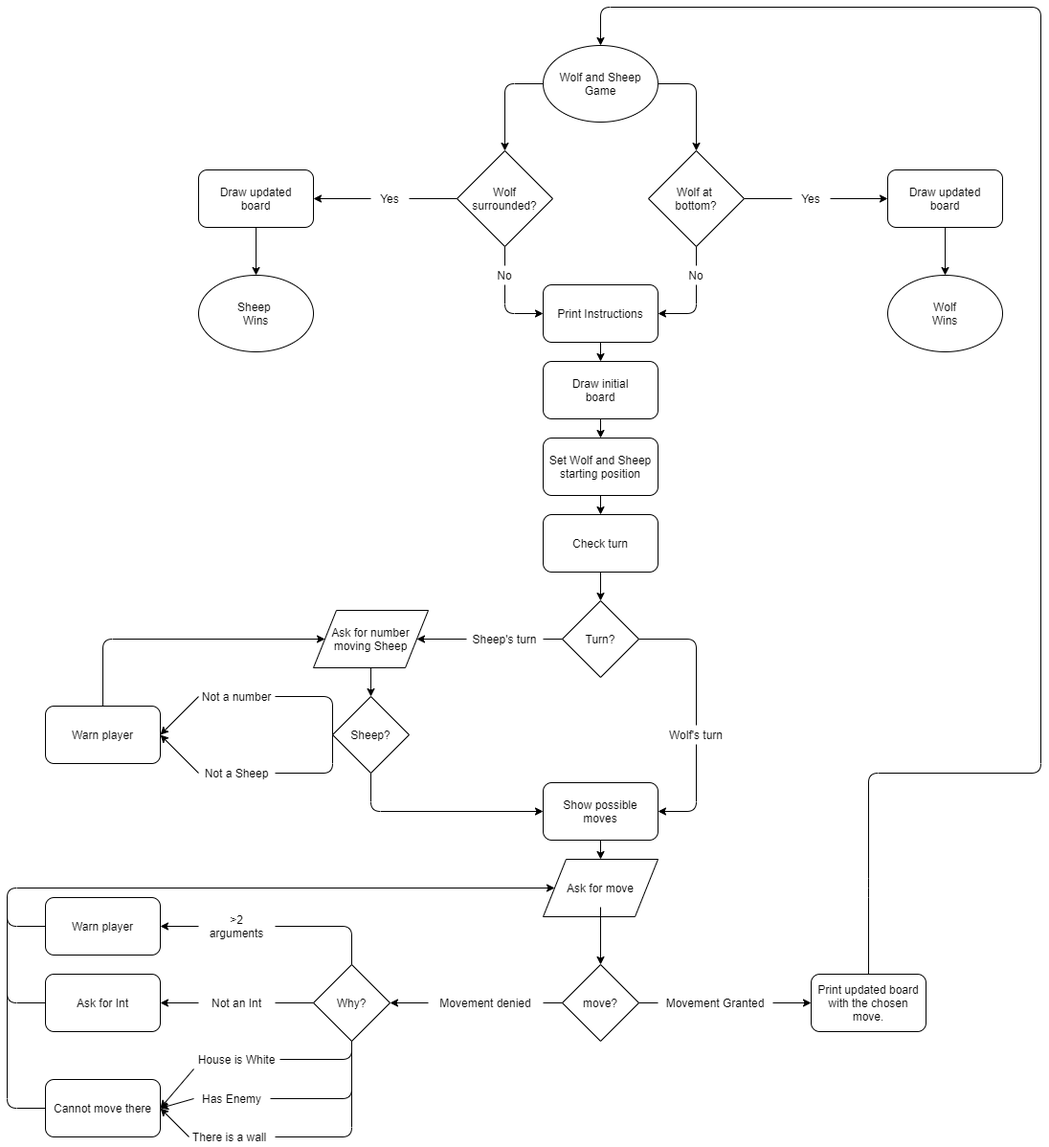
This is Images/Flowchart.png from AnaSPCarvalho/Project-1---Wolf-and-Sheep, a draw.io export, as it was before one commit. Source tidied: cells renumbered, new cells last; positions are measured from the earlier drawing's top-left corner, leaving out a move shared by most shapes.
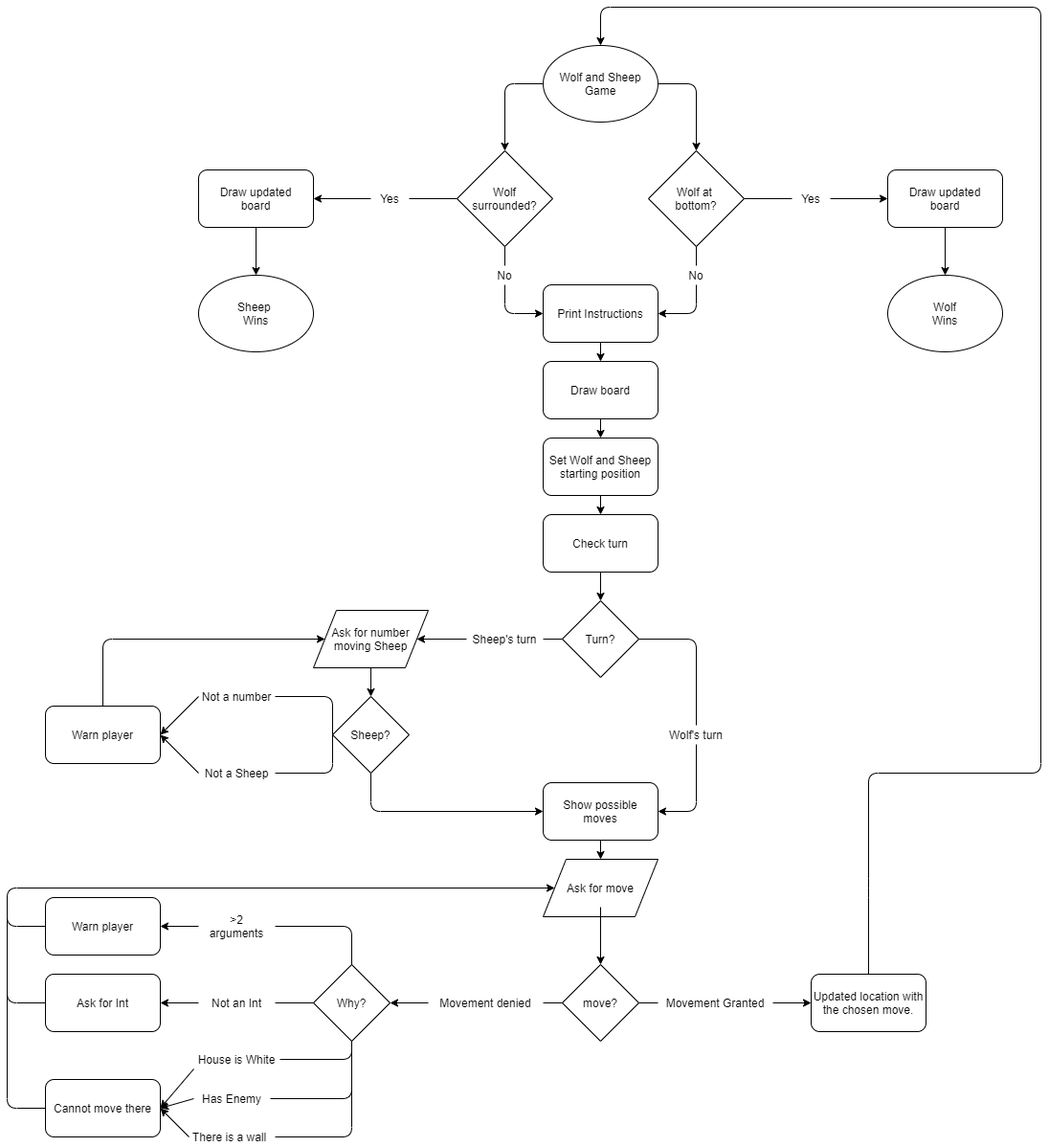
After the change.

Diff of the diagram source:
```diff
@@ -22,7 +22,7 @@
     <mxCell id="7" value="Wolf at &lt;br&gt;bottom?" style="rhombus;whiteSpace=wrap;html=1;" parent="1" vertex="1">
       <mxGeometry x="670" y="150" width="100" height="100" as="geometry" />
     </mxCell>
-    <mxCell id="8" value="&lt;span&gt;Draw initial&lt;/span&gt;&lt;br&gt;&lt;span&gt;board&lt;/span&gt;" style="rounded=1;whiteSpace=wrap;html=1;" parent="1" vertex="1">
+    <mxCell id="8" value="Draw board" style="rounded=1;whiteSpace=wrap;html=1;" parent="1" vertex="1">
       <mxGeometry x="560" y="370" width="120" height="60" as="geometry" />
     </mxCell>
     <mxCell id="9" value="&lt;span&gt;Print Instructions&lt;/span&gt;" style="rounded=1;whiteSpace=wrap;html=1;" parent="1" vertex="1">
@@ -327,7 +327,7 @@
         <mxPoint x="160" y="1150" as="targetPoint" />
       </mxGeometry>
     </mxCell>
-    <mxCell id="82" value="Print updated board with the chosen move." style="rounded=1;whiteSpace=wrap;html=1;" parent="1" vertex="1">
+    <mxCell id="82" value="Updated location with the chosen move." style="rounded=1;whiteSpace=wrap;html=1;" parent="1" vertex="1">
       <mxGeometry x="840" y="1010" width="120" height="60" as="geometry" />
     </mxCell>
     <mxCell id="83" style="endArrow=classic;html=1;exitX=0.5;exitY=0;exitDx=0;exitDy=0;entryX=0.5;entryY=0;entryDx=0;entryDy=0;" parent="1" edge="1" source="82" target="2">
```
